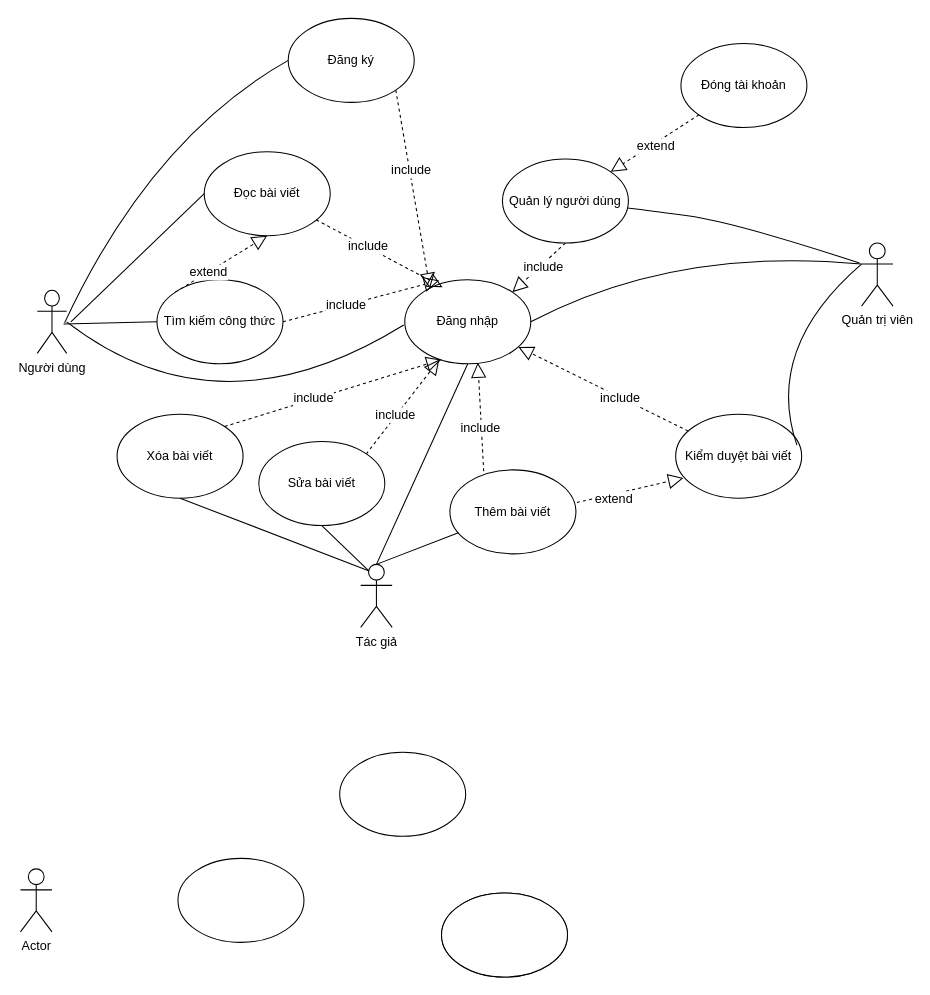
Before: Sơ đồ tổng quát.drawio in gwangtung21/Blog_AmThuc, a draw.io diagram. Source tidied: cells renumbered, new cells numbered last; positions are measured from the earlier drawing's top-left corner, leaving out a move shared by most shapes. Both pictures are drawn from the tidied source at 105%, with x=0, y=0 at pixel (20, 18).
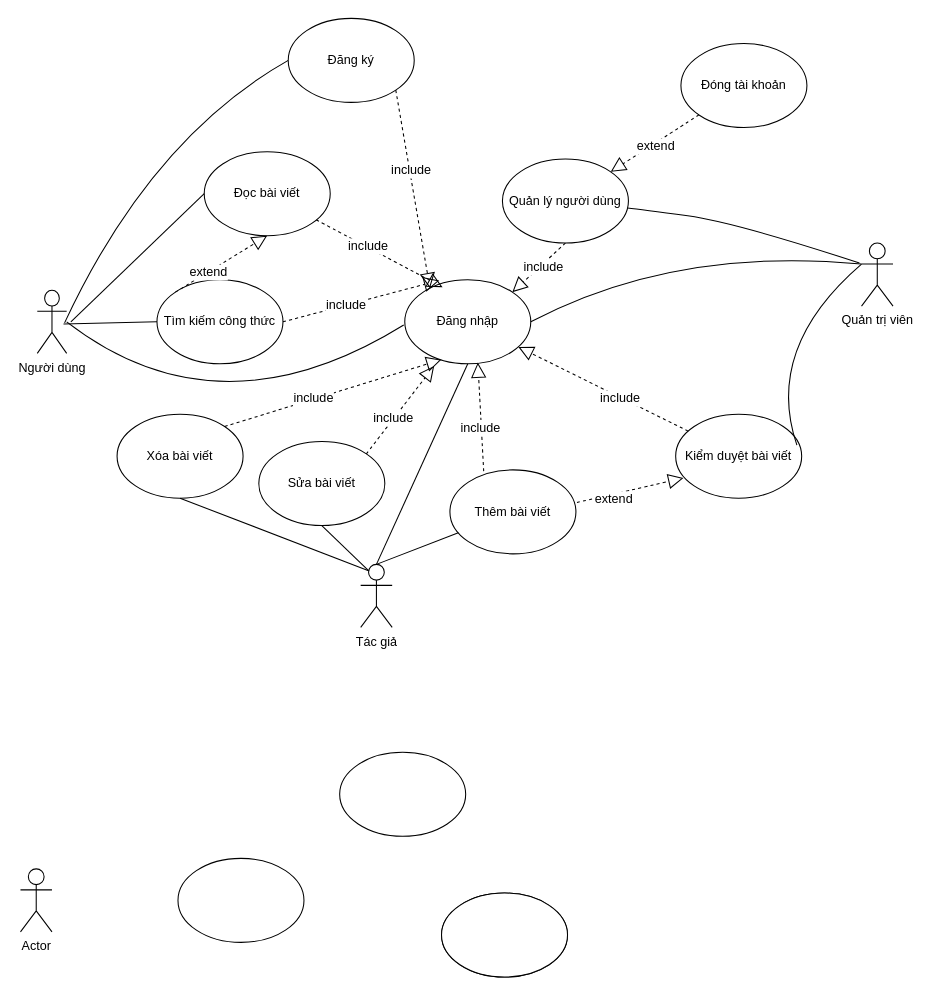
The same diagram, later.

Commit message:
Cập nhật Sơ đồ tổng quát.drawio

The change refers to these unchanged cells:
```xml
<mxCell id="6" value="Đăng nhập" style="ellipse;whiteSpace=wrap;html=1;" parent="1" vertex="1">
  <mxGeometry x="366" y="249" width="120" height="80" as="geometry" />
</mxCell>
<mxCell id="12" value="Sửa bài viết" style="ellipse;whiteSpace=wrap;html=1;" parent="1" vertex="1">
  <mxGeometry x="227" y="403" width="120" height="80" as="geometry" />
</mxCell>
```

What changed in the source:
```diff
@@
-    <mxCell id="29" style="endArrow=block;dashed=1;endFill=0;endSize=12;html=1;rounded=0;fontSize=12;curved=1;exitX=1;exitY=0;exitDx=0;exitDy=0;entryX=0.274;entryY=0.949;entryDx=0;entryDy=0;entryPerimeter=0;" parent="1" edge="1" source="12" target="6">
-      <mxGeometry relative="1" as="geometry" />
+    <mxCell id="29" style="endArrow=block;dashed=1;endFill=0;endSize=12;html=1;rounded=0;fontSize=12;curved=1;exitX=1;exitY=0;exitDx=0;exitDy=0;" parent="1" edge="1" source="12">
+      <mxGeometry relative="1" as="geometry">
+        <mxPoint x="394" y="331" as="targetPoint" />
+      </mxGeometry>
     </mxCell>
```
